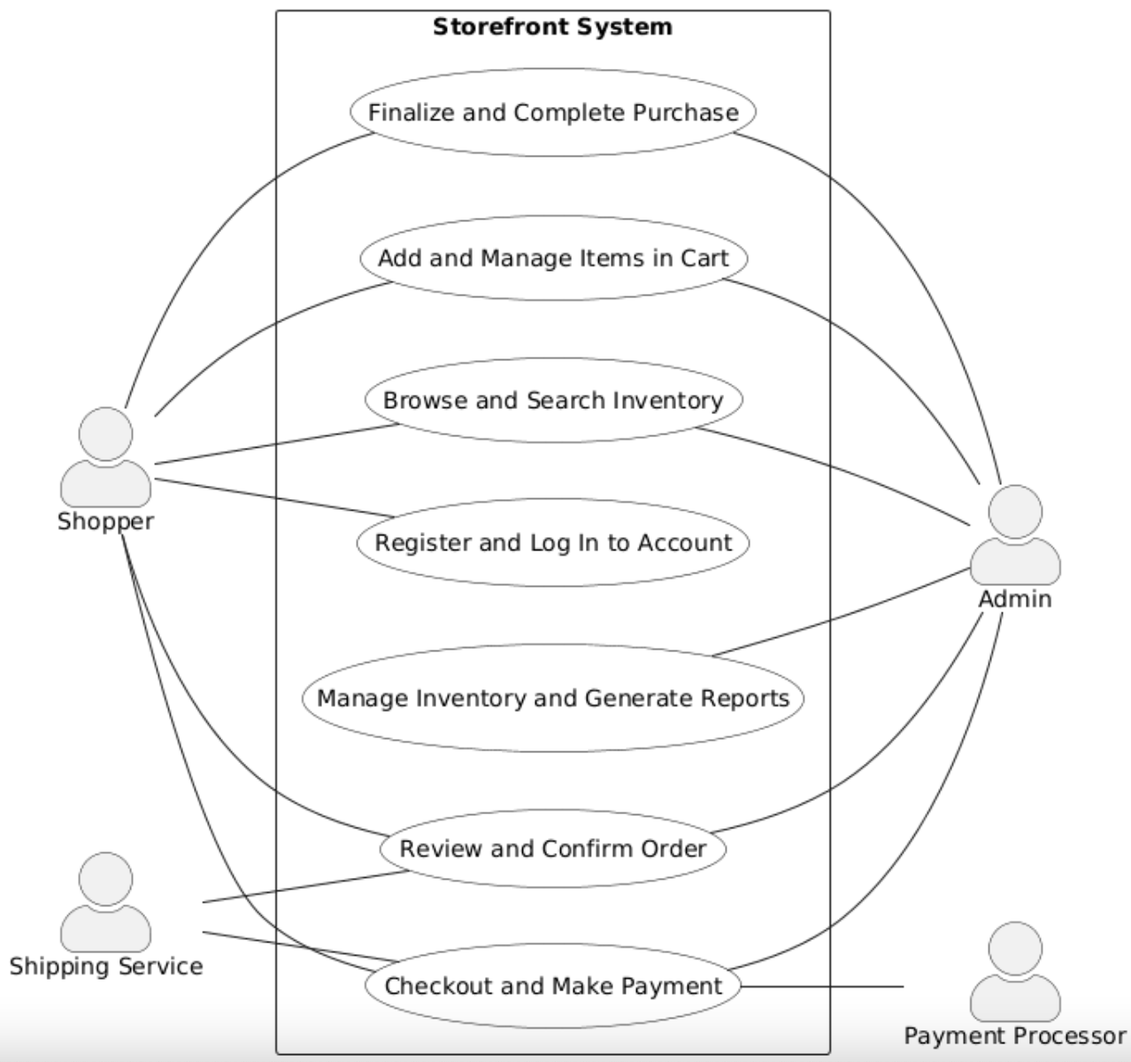
The PlantUML diagram requirements/diagrams/use_case_diagram.png in BornB4Google/swe-3313-fall-2025-team-09, before a commit. Its source is kept beside it as requirements/diagrams/use_case_diagram.puml.
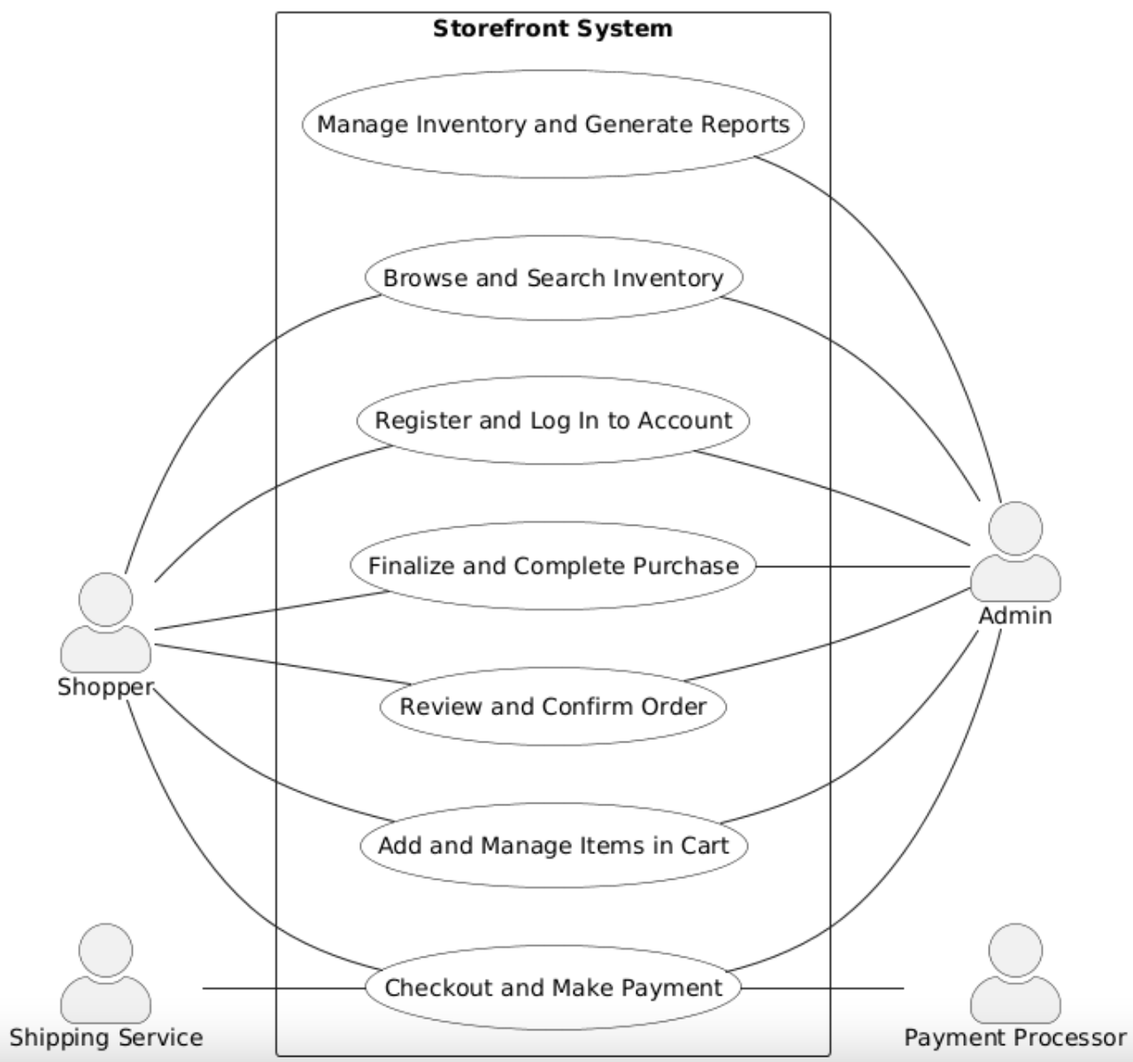
Later version of the same file.

What changed in the source:
```diff
@@ -34,11 +34,11 @@
 UC_Admin -- admin
 UC_Cart -- admin
 UC_Inventory -- admin
+UC_Auth -- admin
 UC_Checkout -- admin
 UC_Confirm -- admin
 UC_Complete -- admin
 
 UC_Checkout -- payment
 shipping -- UC_Checkout
-shipping -- UC_Confirm
 @enduml
```
